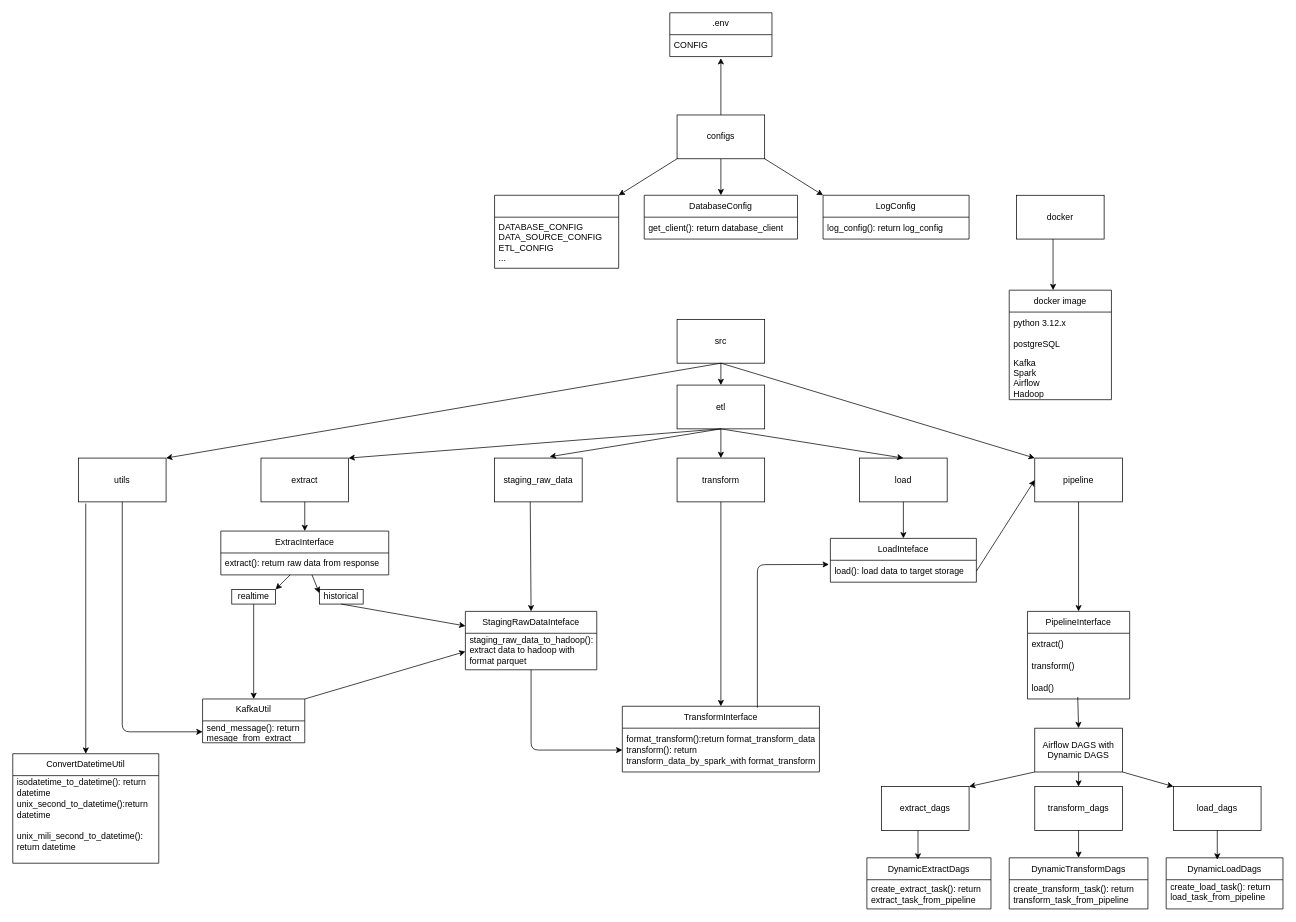
Before: docs/oop_design.drawio in adee0210/symbol-bigdata-project, a draw.io diagram. Source tidied: cells renumbered, new cells numbered last; positions are measured from the earlier drawing's top-left corner, leaving out a move shared by most shapes. Both pictures are drawn from the tidied source at 73%, with x=0, y=0 at pixel (12, 12).
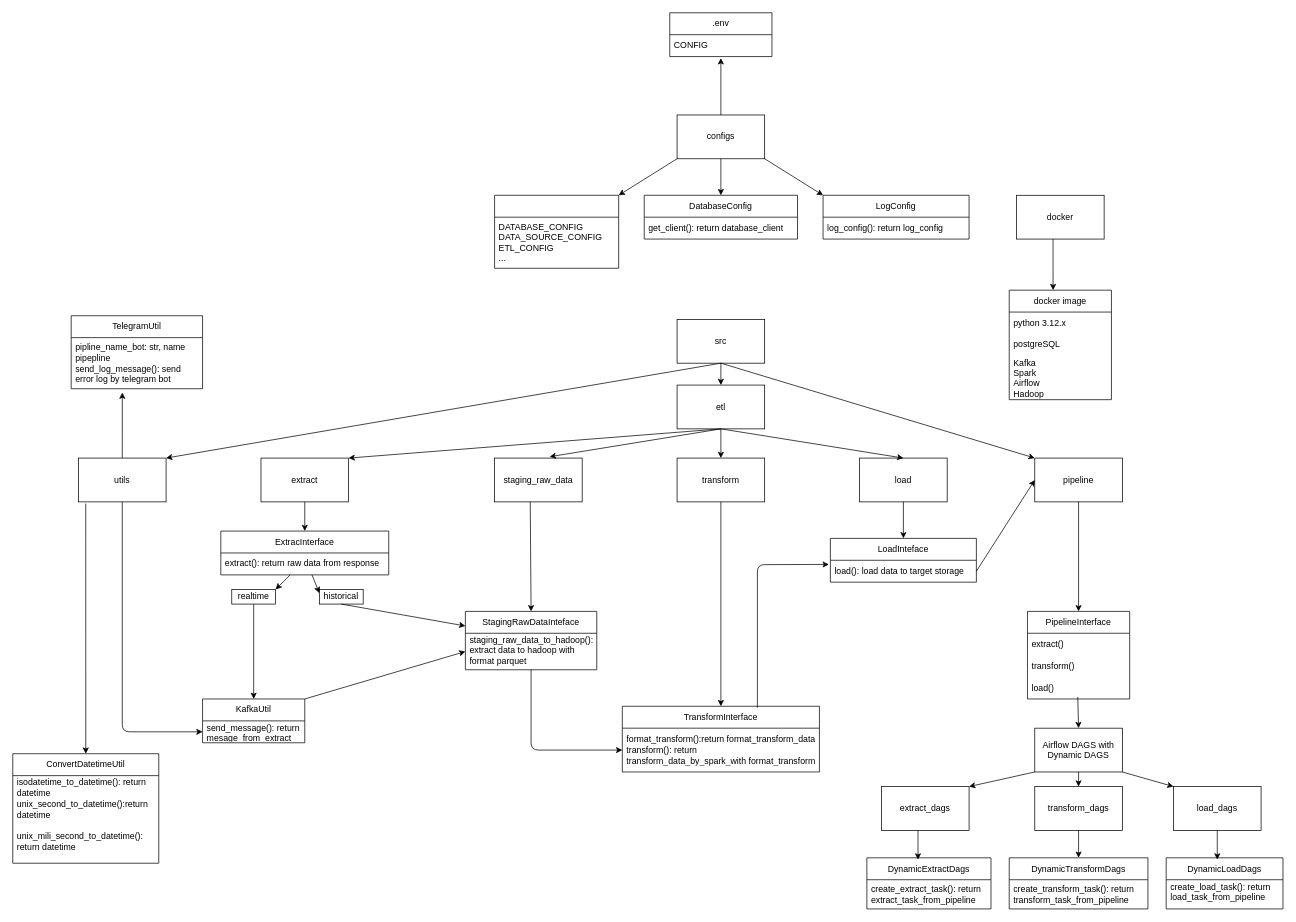
The same diagram, later.

Unchanged cells that the change refers to:
```xml
<mxCell id="68" value="utils" style="rounded=0;whiteSpace=wrap;html=1;" parent="1" vertex="1">
  <mxGeometry x="90" y="610" width="120" height="60" as="geometry" />
</mxCell>
```

What changed in the source:
```diff
@@
+    <mxCell id="88" value="TelegramUtil" style="swimlane;fontStyle=0;horizontal=1;startSize=30;whiteSpace=wrap;html=1;" parent="1" vertex="1">
+      <mxGeometry x="80" y="415" width="180" height="100" as="geometry" />
+    </mxCell>
+    <mxCell id="89" value="&lt;div&gt;pipline_name_bot: str, name pipepline&amp;nbsp;&lt;/div&gt;send_log_message(): send error log by telegram bot&amp;nbsp;" style="text;strokeColor=none;fillColor=none;align=left;verticalAlign=middle;spacingLeft=4;spacingRight=4;overflow=hidden;points=[[0,0.5],[1,0.5]];portConstraint=eastwest;whiteSpace=wrap;html=1;" parent="88" vertex="1">
+      <mxGeometry y="30" width="180" height="70" as="geometry" />
+    </mxCell>
+    <mxCell id="90" style="edgeStyle=none;html=1;exitX=0.5;exitY=0;exitDx=0;exitDy=0;entryX=0.389;entryY=1.075;entryDx=0;entryDy=0;entryPerimeter=0;" parent="1" edge="1" source="68" target="89">
+      <mxGeometry relative="1" as="geometry" />
+    </mxCell>
```
